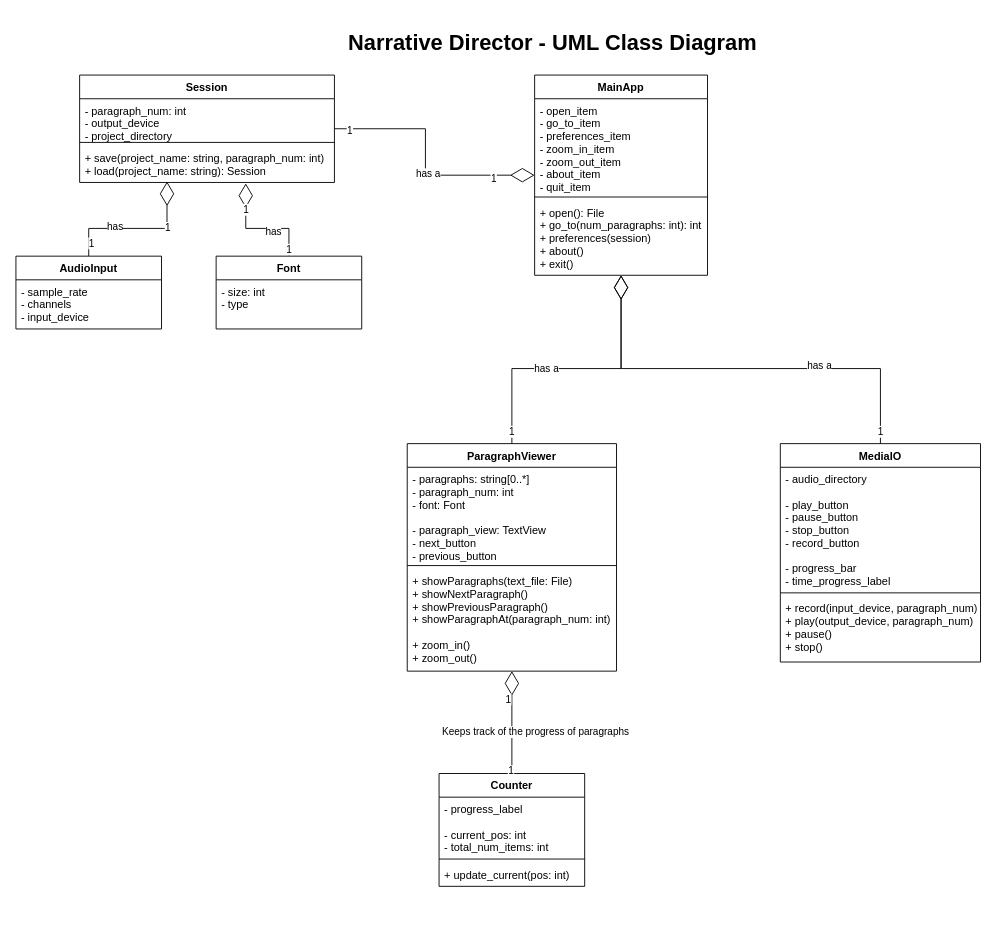
Above: docs/drawio_diagrams/classdiagram.drawio in divark/narrative-director-rs (draw.io), before the change. Source tidied: cells renumbered, new cells numbered last; positions are measured from the earlier drawing's top-left corner, leaving out a move shared by most shapes. Both pictures are drawn from the tidied source at 91%, with x=0, y=0 at pixel (15, 29).
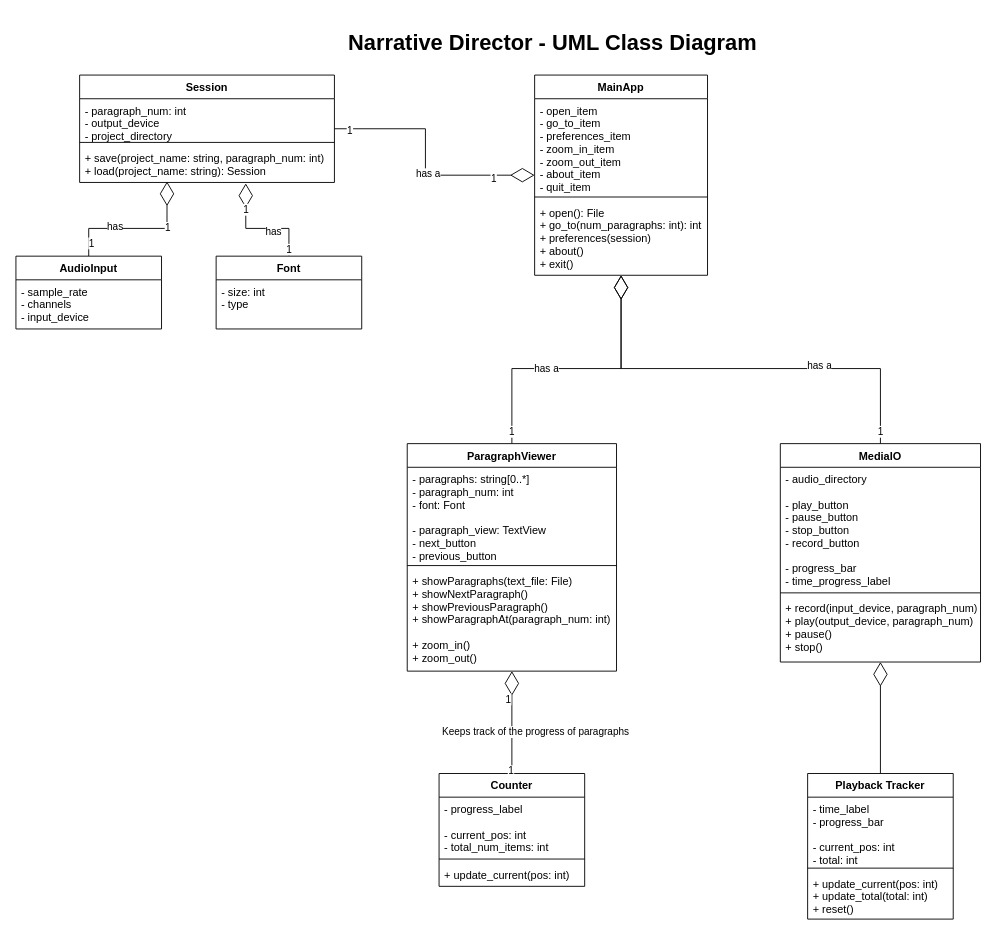
The same page after the edit.

The change refers to these unchanged cells:
```xml
<mxCell id="45" value="MediaIO" style="swimlane;fontStyle=1;align=center;verticalAlign=top;horizontal=1;startSize=26;" parent="1" vertex="1">
  <mxGeometry x="840" y="455" width="220" height="240" as="geometry" />
</mxCell>
```

Diff of the diagram source:
```diff
@@
+    <mxCell id="49" style="edgeStyle=orthogonalEdgeStyle;rounded=0;jettySize=auto;html=1;entryX=0.5;entryY=1;entryDx=0;entryDy=0;endArrow=diamondThin;endFill=0;endSize=24;" parent="1" edge="1" source="50" target="45">
+      <mxGeometry relative="1" as="geometry" />
+    </mxCell>
+    <mxCell id="50" value="Playback Tracker" style="swimlane;fontStyle=1;align=center;verticalAlign=top;horizontal=1;startSize=26;" parent="1" vertex="1">
+      <mxGeometry x="870" y="817.5" width="160" height="160" as="geometry" />
+    </mxCell>
+    <mxCell id="51" value="- time_label&#10;- progress_bar&#10;&#10;- current_pos: int&#10;- total: int&#10;" style="text;strokeColor=none;fillColor=none;align=left;verticalAlign=top;spacingLeft=4;spacingRight=4;overflow=hidden;" parent="50" vertex="1">
+      <mxGeometry y="26" width="160" height="74" as="geometry" />
+    </mxCell>
+    <mxCell id="52" style="line;strokeWidth=1;fillColor=none;align=left;verticalAlign=middle;spacingTop=-1;spacingLeft=3;spacingRight=3;labelPosition=right;" parent="50" vertex="1">
+      <mxGeometry y="100" width="160" height="8" as="geometry" />
+    </mxCell>
+    <mxCell id="53" value="+ update_current(pos: int)&#10;+ update_total(total: int)&#10;+ reset()&#10;" style="text;strokeColor=none;fillColor=none;align=left;verticalAlign=top;spacingLeft=4;spacingRight=4;overflow=hidden;" parent="50" vertex="1">
+      <mxGeometry y="108" width="160" height="52" as="geometry" />
+    </mxCell>
```
